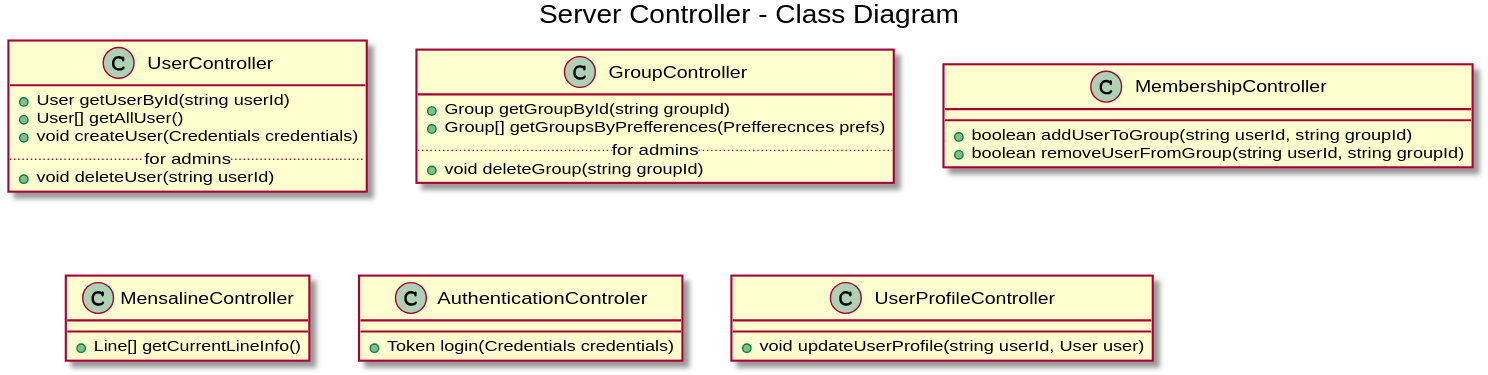
This is 2 Entwurf/Klassendiagramme/serverControllerCD.svg from itzMatze/PSE-Team02, a PlantUML export, as it was before one commit.
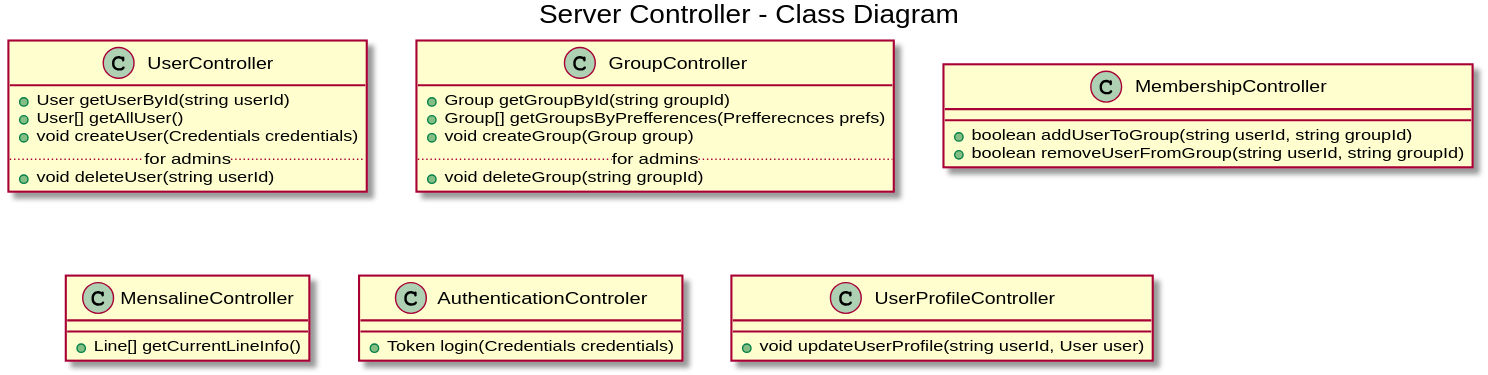
The same file after the commit.

Commit message:
New question and small changes to the class diagram.

The edit, as a diff of the source:
```diff
@@ -13,6 +13,7 @@
 class GroupController {
   +Group getGroupById(string groupId)
   +Group[] getGroupsByPrefferences(Prefferecnces prefs)
+  +void createGroup(Group group)
   ..for admins..
   +void deleteGroup(string groupId)
 }
```
